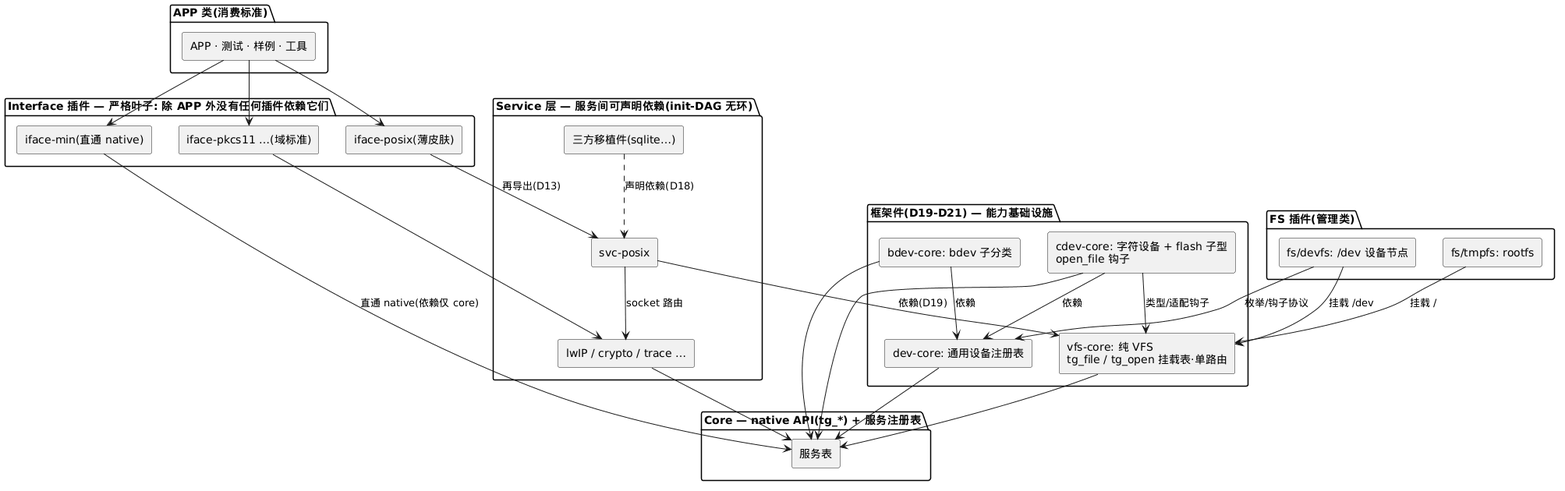
Earlier version of the PlantUML export docs/1-architecture/pics/1-01-architecture-02.png (zhuyh4n9/brickOS). The source it was exported from:
```plantuml
@startuml
skinparam componentStyle rectangle

package "APP 类(消费标准)" as G_APP {
  [APP · 测试 · 样例 · 工具] as APPN
}
package "Interface 插件 — 严格叶子: 除 APP 外没有任何插件依赖它们" as G_IF {
  [iface-posix(薄皮肤)] as IF_P
  [iface-min(直通 native)] as IF_MIN
  [iface-pkcs11 …(域标准)] as IF_O
}
package "Service 层 — 服务间可声明依赖(init-DAG 无环)" as G_SVC {
  [svc-posix] as SPX
  [三方移植件(sqlite…)] as S3
  [lwIP / crypto / trace …] as SX
}
package "框架件(D19-D21) — 能力基础设施" as G_FW {
  [vfs-core: 纯 VFS\ntg_file / tg_open 挂载表·单路由] as VFSC2
  [cdev-core: 字符设备 + flash 子型\nopen_file 钩子] as CDEVC2
  [bdev-core: bdev 子分类] as BDEVC2
  [dev-core: 通用设备注册表] as DEVC2
}
package "FS 插件(管理类)" as G_FS {
  [fs/tmpfs: rootfs] as TMP2
  [fs/devfs: /dev 设备节点] as DFS2
}
package "Core — native API(tg_*) + 服务注册表" as G_CORE {
  [服务表] as COREN
}
APPN --> IF_P
APPN --> IF_MIN
APPN --> IF_O
IF_P --> SPX : 再导出(D13)
IF_O --> SX
IF_MIN --> COREN : 直通 native(依赖仅 core)
S3 ..> SPX : 声明依赖(D18)
SPX --> SX : socket 路由
SPX --> VFSC2 : 依赖(D19)
VFSC2 --> COREN
CDEVC2 --> VFSC2 : 类型/适配钩子
CDEVC2 --> DEVC2 : 依赖
BDEVC2 --> DEVC2 : 依赖
DEVC2 --> COREN
CDEVC2 --> COREN
BDEVC2 --> COREN
TMP2 --> VFSC2 : 挂载 /
DFS2 --> VFSC2 : 挂载 /dev
DFS2 --> DEVC2 : 枚举/钩子协议
SX --> COREN
@enduml
```
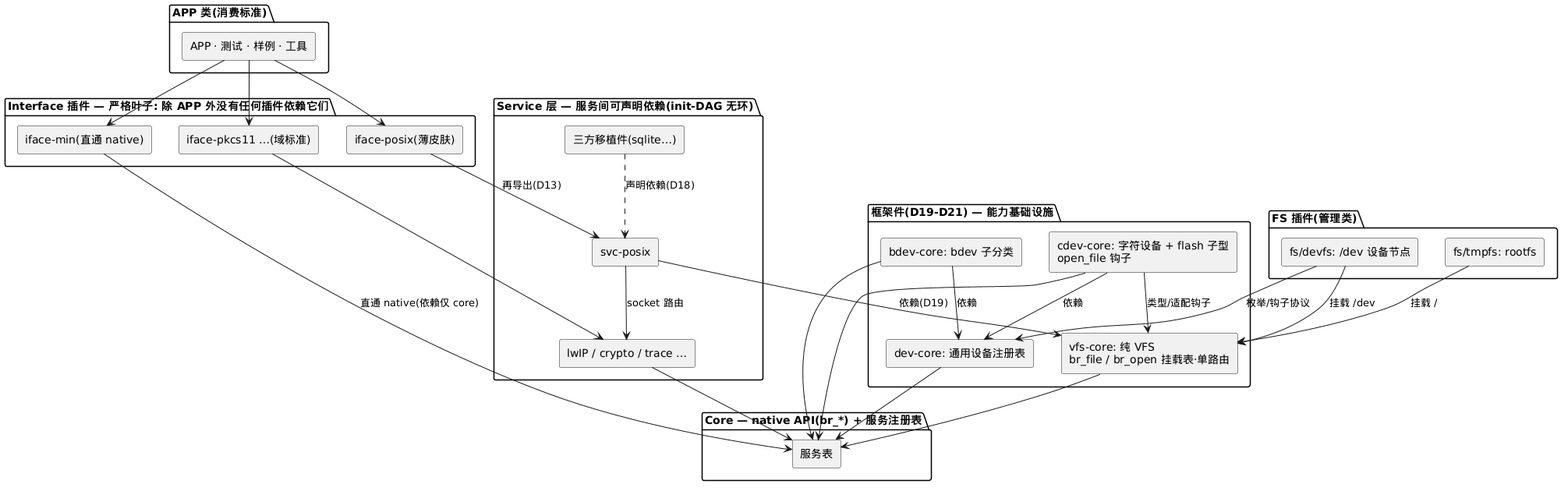
After the change.

Diff of the diagram source:
```diff
@@ -15,7 +15,7 @@
   [lwIP / crypto / trace …] as SX
 }
 package "框架件(D19-D21) — 能力基础设施" as G_FW {
-  [vfs-core: 纯 VFS\ntg_file / tg_open 挂载表·单路由] as VFSC2
+  [vfs-core: 纯 VFS\nbr_file / br_open 挂载表·单路由] as VFSC2
   [cdev-core: 字符设备 + flash 子型\nopen_file 钩子] as CDEVC2
   [bdev-core: bdev 子分类] as BDEVC2
   [dev-core: 通用设备注册表] as DEVC2
@@ -24,7 +24,7 @@
   [fs/tmpfs: rootfs] as TMP2
   [fs/devfs: /dev 设备节点] as DFS2
 }
-package "Core — native API(tg_*) + 服务注册表" as G_CORE {
+package "Core — native API(br_*) + 服务注册表" as G_CORE {
   [服务表] as COREN
 }
 APPN --> IF_P
```
